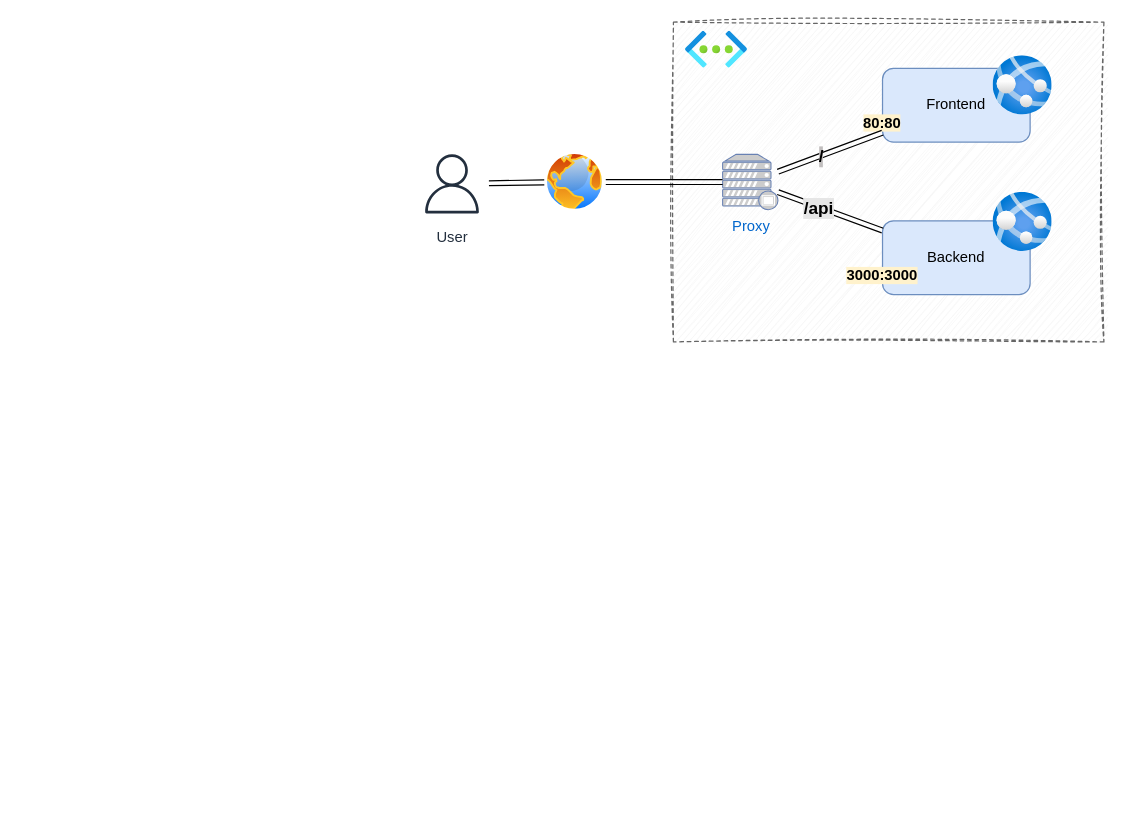
Above: doc/Unbenanntes Diagramm.drawio in Brandel-T/todo-nestjs-ng-tf-azure (draw.io), before the change. Source tidied: cells renumbered, new cells numbered last; positions are measured from the earlier drawing's top-left corner, leaving out a move shared by most shapes. Both pictures are drawn from the tidied source at 123%, with x=0, y=0 at pixel (415, 21). Pictures stored in the file or linked from it are replaced by grey dashed boxes.
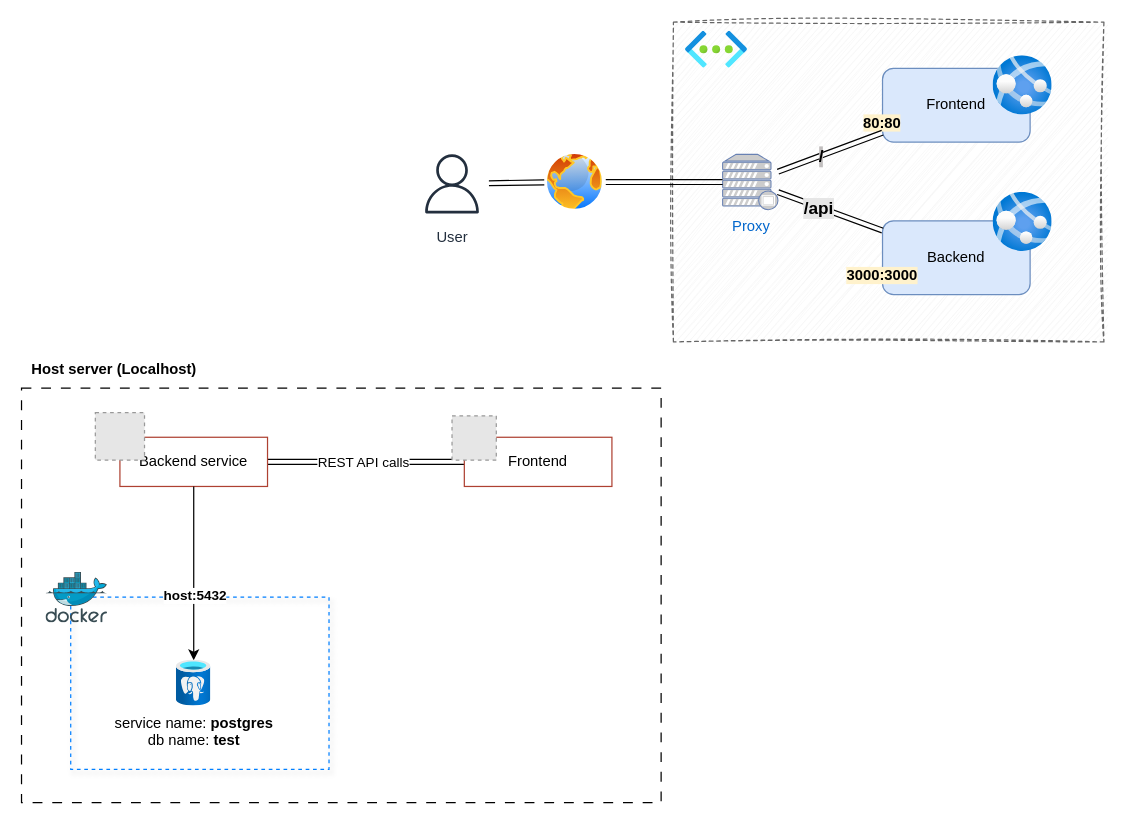
The same page after the edit.

Commit message (it also covers changes not shown here):
Implement code changes to enhance functionality and improve performance

Diff of the diagram source:
```diff
@@
+    <mxCell id="19" style="rounded=0;whiteSpace=wrap;html=1;dashed=1;dashPattern=8 8;shadow=0;fillColor=none;" parent="1" vertex="1">
+      <mxGeometry x="-320" y="298" width="520" height="337" as="geometry" />
+    </mxCell>
+    <mxCell id="20" value="Host server (Localhost)" style="text;html=1;align=center;verticalAlign=middle;strokeColor=none;fillColor=none;fontStyle=1;" parent="1" vertex="1">
+      <mxGeometry x="-320" y="268" width="150" height="30" as="geometry" />
+    </mxCell>
+    <mxCell id="21" style="edgeStyle=orthogonalEdgeStyle;rounded=0;jettySize=auto;html=1;exitX=1;exitY=0.5;exitDx=0;exitDy=0;shape=link;" parent="1" edge="1" source="23" target="30">
+      <mxGeometry relative="1" as="geometry" />
+    </mxCell>
+    <mxCell id="22" value="REST API calls" style="edgeLabel;html=1;align=center;verticalAlign=middle;" parent="21" vertex="1">
+      <mxGeometry x="-0.04" relative="1" as="geometry" />
+    </mxCell>
+    <mxCell id="23" value="Backend service" style="rounded=0;whiteSpace=wrap;html=1;fillColor=none;strokeColor=#ae4132;" parent="1" vertex="1">
+      <mxGeometry x="-240" y="338" width="120" height="40" as="geometry" />
+    </mxCell>
+    <mxCell id="24" style="rounded=0;whiteSpace=wrap;html=1;fillColor=none;dashed=1;strokeColor=#007FFF;glass=1;shadow=1;" parent="1" vertex="1">
+      <mxGeometry x="-280" y="468" width="210" height="140" as="geometry" />
+    </mxCell>
+    <mxCell id="25" style="edgeStyle=orthogonalEdgeStyle;rounded=0;jettySize=auto;html=1;exitX=0.5;exitY=1;exitDx=0;exitDy=0;" parent="1" edge="1" source="23" target="27">
+      <mxGeometry relative="1" as="geometry" />
+    </mxCell>
+    <mxCell id="26" value="host:5432" style="edgeLabel;html=1;align=center;verticalAlign=middle;fontStyle=1;labelBackgroundColor=default;" parent="25" vertex="1">
+      <mxGeometry x="0.01" y="1" relative="1" as="geometry">
+        <mxPoint x="-1" y="17" as="offset" />
+      </mxGeometry>
+    </mxCell>
+    <mxCell id="27" value="&lt;div&gt;service name: &lt;b&gt;postgres&lt;/b&gt;&lt;/div&gt;db name: &lt;b&gt;test&lt;/b&gt;" style="image;html=1;points=[];align=center;fontSize=12;image=img/lib/azure2/databases/Azure_Database_PostgreSQL_Server.svg;" parent="1" vertex="1">
+      <mxGeometry x="-194" y="519.3" width="28" height="37.3" as="geometry" />
+    </mxCell>
+    <mxCell id="28" style="image;sketch=0;html=1;align=center;fontSize=12;image=img/lib/mscae/Docker.svg;" parent="1" vertex="1">
+      <mxGeometry x="-300" y="448" width="50" height="41" as="geometry" />
+    </mxCell>
+    <mxCell id="29" style="fillColor=#E6E6E6;strokeColor=#999999;dashed=1;verticalLabelPosition=bottom;labelBackgroundColor=default;verticalAlign=top;" parent="1" vertex="1">
+      <mxGeometry x="-260" y="318" width="40" height="38.6" as="geometry" />
+    </mxCell>
+    <mxCell id="30" value="Frontend" style="rounded=0;whiteSpace=wrap;html=1;fillColor=none;strokeColor=#ae4132;" parent="1" vertex="1">
+      <mxGeometry x="40" y="338" width="120" height="40" as="geometry" />
+    </mxCell>
+    <mxCell id="31" style="fillColor=#E6E6E6;strokeColor=#999999;dashed=1;verticalLabelPosition=bottom;labelBackgroundColor=default;verticalAlign=top;" parent="1" vertex="1">
+      <mxGeometry x="30" y="320.6" width="36" height="36" as="geometry" />
+    </mxCell>
```
